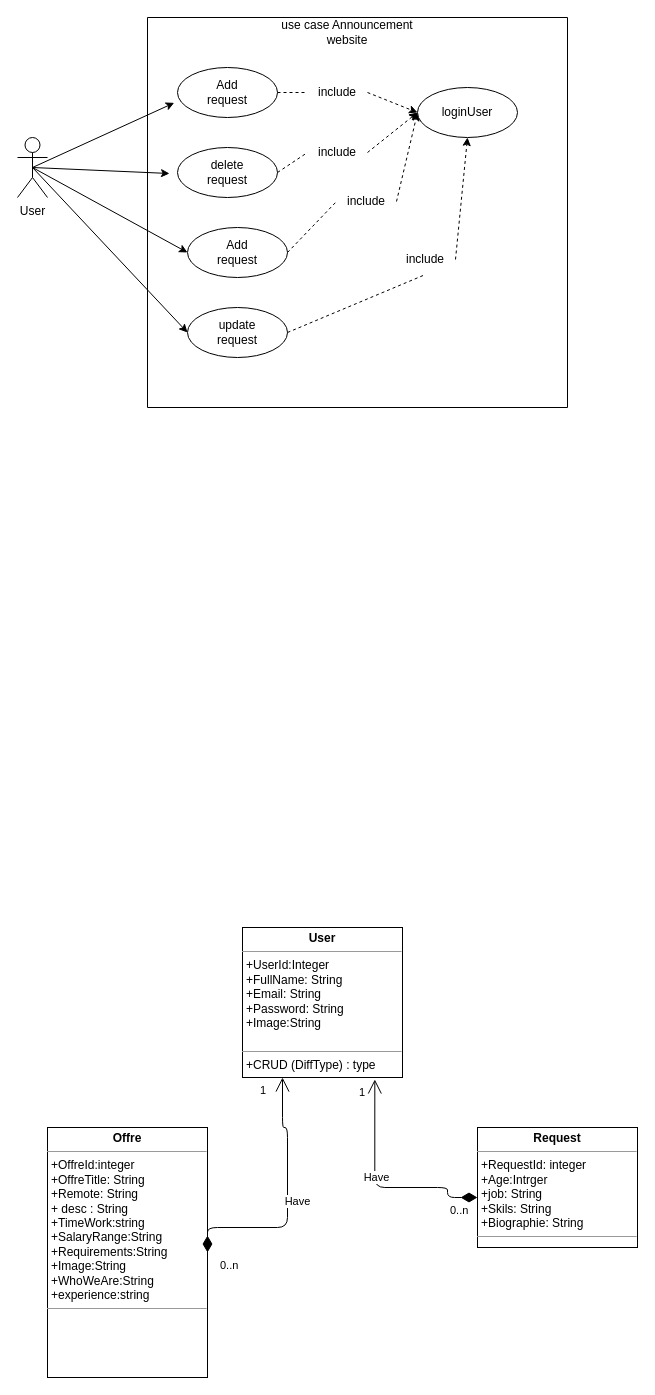
Before: diagram.drawio in Elkafhi-Youssef/Announcement_website, a draw.io diagram. Source tidied: cells renumbered, new cells numbered last; positions are measured from the earlier drawing's top-left corner, leaving out a move shared by most shapes. Both pictures are drawn from the tidied source at 100%, with x=0, y=0 at pixel (17, 17).
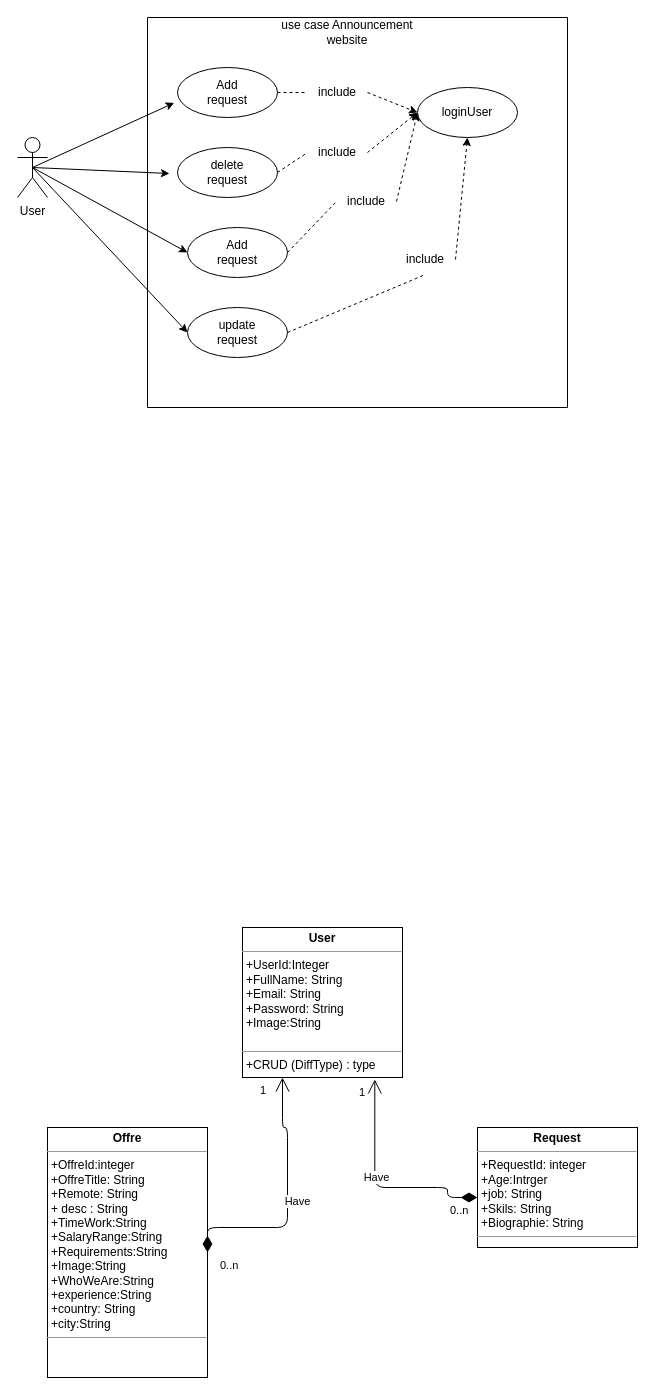
After the change.

The edit, as a diff of the source:
```diff
@@
-    <mxCell id="33" value="&lt;p style=&quot;margin: 0px ; margin-top: 4px ; text-align: center&quot;&gt;&lt;b&gt;Offre&lt;/b&gt;&lt;/p&gt;&lt;hr size=&quot;1&quot;&gt;&lt;p style=&quot;margin: 0px ; margin-left: 4px&quot;&gt;+OffreId:integer&lt;/p&gt;&lt;p style=&quot;margin: 0px ; margin-left: 4px&quot;&gt;+OffreTitle: String&lt;/p&gt;&lt;p style=&quot;margin: 0px ; margin-left: 4px&quot;&gt;+Remote: String&lt;/p&gt;&lt;p style=&quot;margin: 0px ; margin-left: 4px&quot;&gt;+ desc : String&lt;/p&gt;&lt;p style=&quot;margin: 0px ; margin-left: 4px&quot;&gt;+TimeWork:string&lt;/p&gt;&lt;p style=&quot;margin: 0px ; margin-left: 4px&quot;&gt;+SalaryRange:String&lt;/p&gt;&lt;p style=&quot;margin: 0px ; margin-left: 4px&quot;&gt;+Requirements:String&lt;/p&gt;&lt;p style=&quot;margin: 0px ; margin-left: 4px&quot;&gt;+Image:String&lt;/p&gt;&lt;p style=&quot;margin: 0px ; margin-left: 4px&quot;&gt;+WhoWeAre:String&lt;/p&gt;&lt;p style=&quot;margin: 0px ; margin-left: 4px&quot;&gt;+experience:string&lt;/p&gt;&lt;hr size=&quot;1&quot;&gt;&lt;p style=&quot;margin: 0px ; margin-left: 4px&quot;&gt;&lt;br&gt;&lt;/p&gt;" style="verticalAlign=top;align=left;overflow=fill;fontSize=12;fontFamily=Helvetica;html=1;" parent="1" vertex="1">
+    <mxCell id="33" value="&lt;p style=&quot;margin: 0px ; margin-top: 4px ; text-align: center&quot;&gt;&lt;b&gt;Offre&lt;/b&gt;&lt;/p&gt;&lt;hr size=&quot;1&quot;&gt;&lt;p style=&quot;margin: 0px ; margin-left: 4px&quot;&gt;+OffreId:integer&lt;/p&gt;&lt;p style=&quot;margin: 0px ; margin-left: 4px&quot;&gt;+OffreTitle: String&lt;/p&gt;&lt;p style=&quot;margin: 0px ; margin-left: 4px&quot;&gt;+Remote: String&lt;/p&gt;&lt;p style=&quot;margin: 0px ; margin-left: 4px&quot;&gt;+ desc : String&lt;/p&gt;&lt;p style=&quot;margin: 0px ; margin-left: 4px&quot;&gt;+TimeWork:String&lt;/p&gt;&lt;p style=&quot;margin: 0px ; margin-left: 4px&quot;&gt;+SalaryRange:String&lt;/p&gt;&lt;p style=&quot;margin: 0px ; margin-left: 4px&quot;&gt;+Requirements:String&lt;/p&gt;&lt;p style=&quot;margin: 0px ; margin-left: 4px&quot;&gt;+Image:String&lt;/p&gt;&lt;p style=&quot;margin: 0px ; margin-left: 4px&quot;&gt;+WhoWeAre:String&lt;/p&gt;&lt;p style=&quot;margin: 0px ; margin-left: 4px&quot;&gt;+experience:String&lt;/p&gt;&lt;p style=&quot;margin: 0px ; margin-left: 4px&quot;&gt;+country: String&lt;/p&gt;&lt;p style=&quot;margin: 0px ; margin-left: 4px&quot;&gt;+city:String&lt;/p&gt;&lt;hr size=&quot;1&quot;&gt;&lt;p style=&quot;margin: 0px ; margin-left: 4px&quot;&gt;&lt;br&gt;&lt;/p&gt;" style="verticalAlign=top;align=left;overflow=fill;fontSize=12;fontFamily=Helvetica;html=1;" parent="1" vertex="1">
       <mxGeometry x="30" y="1110" width="160" height="250" as="geometry" />
     </mxCell>
```
